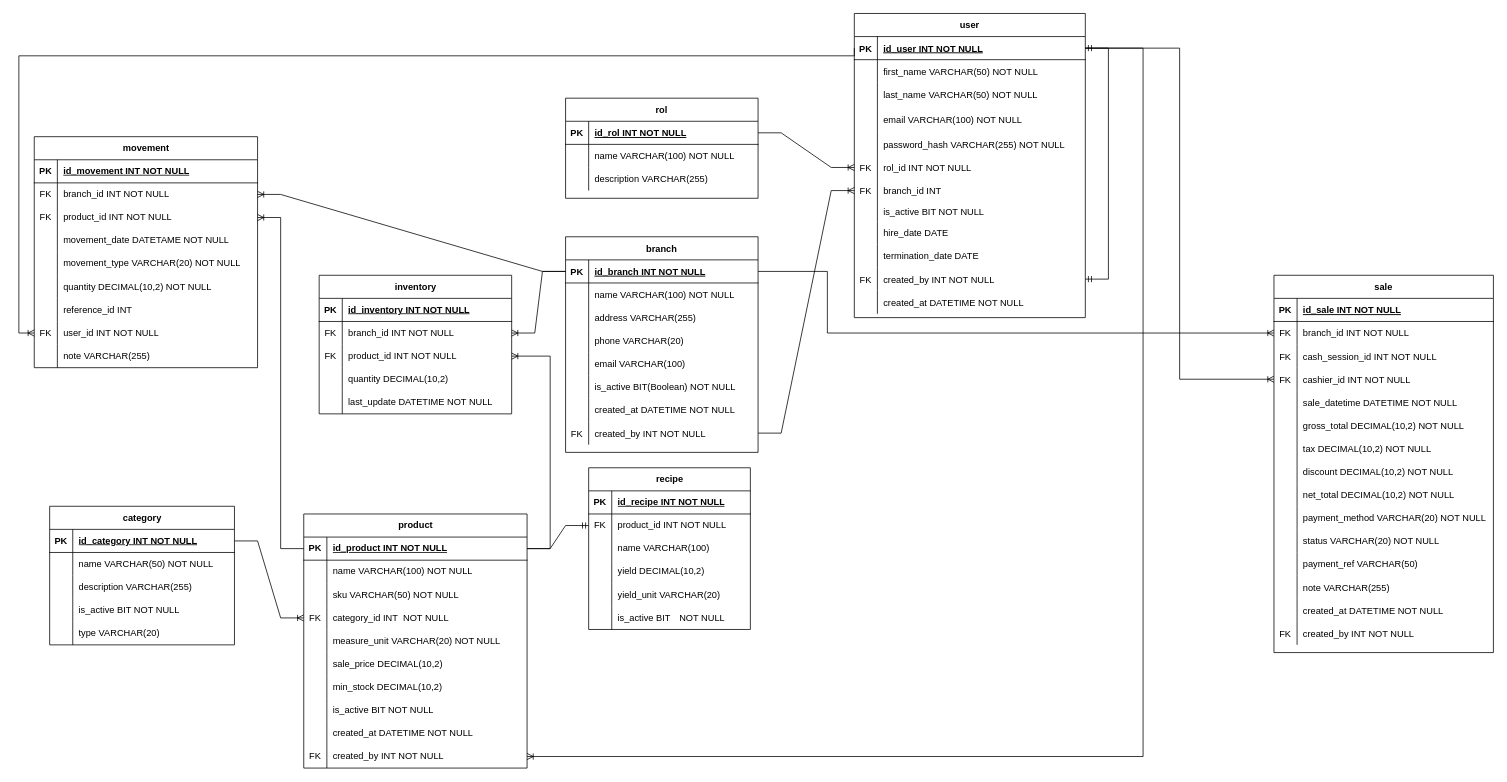
Above: Requerimientos/zeromerma_db.drawio in CastellanosBS/ZeroMerma (draw.io), before the change. Source tidied: cells renumbered, new cells numbered last; positions are measured from the earlier drawing's top-left corner, leaving out a move shared by most shapes. Both pictures are drawn from the tidied source at 77%, with x=0, y=0 at pixel (18, 13).
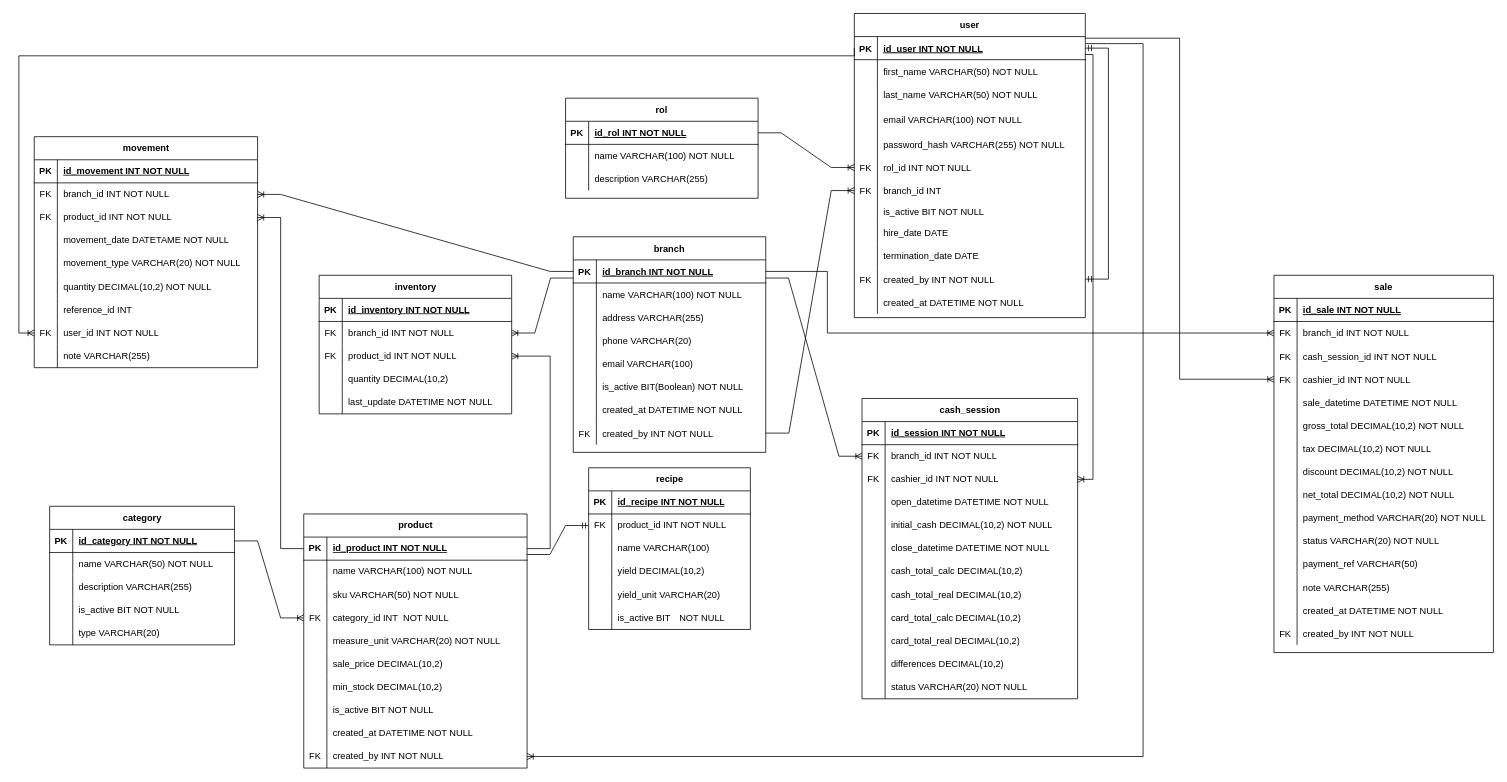
After the change.

Unchanged cells that the change refers to:
```xml
<mxCell id="3" style="shape=partialRectangle;fillColor=none;points=[[0,0.5],[1,0.5]];portConstraint=eastwest;top=0;left=0;right=0;bottom=1;" parent="2" vertex="1">
  <mxGeometry y="30" width="250" height="30" as="geometry" />
</mxCell>
<mxCell id="28" style="shape=partialRectangle;fillColor=none;points=[[0,0.5],[1,0.5]];portConstraint=eastwest;top=0;left=0;right=0;bottom=1;" parent="27" vertex="1">
  <mxGeometry y="30" width="300" height="30" as="geometry" />
</mxCell>
<mxCell id="76" style="shape=partialRectangle;fillColor=none;points=[[0,0.5],[1,0.5]];portConstraint=eastwest;top=0;left=0;right=0;bottom=0;" parent="66" vertex="1">
  <mxGeometry y="120" width="285" height="30" as="geometry" />
</mxCell>
<mxCell id="140" style="shape=tableRow;horizontal=0;startSize=0;swimlaneHead=0;swimlaneBody=0;fillColor=none;points=[[0,0.5],[1,0.5]];portConstraint=eastwest;top=0;left=0;right=0;bottom=1;" parent="139" vertex="1">
  <mxGeometry y="30" width="290" height="30" as="geometry" />
</mxCell>
<mxCell id="167" style="shape=tableRow;horizontal=0;startSize=0;swimlaneHead=0;swimlaneBody=0;fillColor=none;points=[[0,0.5],[1,0.5]];portConstraint=eastwest;top=0;left=0;right=0;bottom=0;" parent="139" vertex="1">
  <mxGeometry y="300" width="290" height="30" as="geometry" />
</mxCell>
<mxCell id="175" style="shape=tableRow;horizontal=0;startSize=0;swimlaneHead=0;swimlaneBody=0;fillColor=none;points=[[0,0.5],[1,0.5]];portConstraint=eastwest;top=0;left=0;right=0;bottom=0;" parent="171" vertex="1">
  <mxGeometry y="60" width="210" height="30" as="geometry" />
</mxCell>
<mxCell id="195" style="shape=tableRow;horizontal=0;startSize=0;swimlaneHead=0;swimlaneBody=0;fillColor=none;points=[[0,0.5],[1,0.5]];portConstraint=eastwest;top=0;left=0;right=0;bottom=0;" parent="191" vertex="1">
  <mxGeometry y="60" width="250" height="30" as="geometry" />
</mxCell>
```

Change to the diagram source:
```diff
@@
     <mxCell id="2" value="branch" style="shape=table;startSize=30;childLayout=tableLayout;rowLines=0;fontStyle=1;align=center;labelBackgroundColor=none;" parent="1" vertex="1">
-      <mxGeometry x="710" y="290" width="250" height="280" as="geometry" />
+      <mxGeometry x="720" y="290" width="250" height="280" as="geometry" />
     </mxCell>
@@
-    <mxCell id="190" style="edgeStyle=entityRelationEdgeStyle;fontSize=12;html=1;endArrow=ERmandOne;rounded=0;entryX=0;entryY=0.5;entryDx=0;entryDy=0;exitX=1;exitY=0.5;exitDx=0;exitDy=0;" parent="1" edge="1" source="140" target="175">
+    <mxCell id="190" style="edgeStyle=entityRelationEdgeStyle;fontSize=12;html=1;endArrow=ERmandOne;rounded=0;entryX=0;entryY=0.5;entryDx=0;entryDy=0;exitX=0.999;exitY=0.754;exitDx=0;exitDy=0;exitPerimeter=0;" parent="1" edge="1" source="140" target="175">
       <mxGeometry relative="1" as="geometry" />
     </mxCell>
@@
-    <mxCell id="207" style="edgeStyle=entityRelationEdgeStyle;fontSize=12;html=1;endArrow=ERoneToMany;rounded=0;entryX=1;entryY=0.5;entryDx=0;entryDy=0;exitX=0;exitY=0.5;exitDx=0;exitDy=0;" parent="1" edge="1" source="3" target="195">
+    <mxCell id="207" style="edgeStyle=entityRelationEdgeStyle;fontSize=12;html=1;endArrow=ERoneToMany;rounded=0;entryX=1;entryY=0.5;entryDx=0;entryDy=0;exitX=0.002;exitY=0.786;exitDx=0;exitDy=0;exitPerimeter=0;" parent="1" edge="1" source="3" target="195">
       <mxGeometry relative="1" as="geometry" />
     </mxCell>
@@
-    <mxCell id="239" style="edgeStyle=elbowEdgeStyle;fontSize=12;html=1;endArrow=ERoneToMany;rounded=0;exitX=1;exitY=0.5;exitDx=0;exitDy=0;" parent="1" edge="1" source="28" target="167">
+    <mxCell id="239" style="edgeStyle=elbowEdgeStyle;fontSize=12;html=1;endArrow=ERoneToMany;rounded=0;exitX=1.003;exitY=0.305;exitDx=0;exitDy=0;exitPerimeter=0;" parent="1" edge="1" source="28" target="167">
       <mxGeometry relative="1" as="geometry">
         <Array as="points">
           <mxPoint x="1460" y="730" />
         </Array>
       </mxGeometry>
     </mxCell>
@@
-    <mxCell id="242" style="edgeStyle=orthogonalEdgeStyle;fontSize=12;html=1;endArrow=ERoneToMany;rounded=0;entryX=0;entryY=0.5;entryDx=0;entryDy=0;exitX=1;exitY=0.5;exitDx=0;exitDy=0;" parent="1" edge="1" source="28" target="76">
+    <mxCell id="242" style="edgeStyle=orthogonalEdgeStyle;fontSize=12;html=1;endArrow=ERoneToMany;rounded=0;entryX=0;entryY=0.5;entryDx=0;entryDy=0;exitX=0.998;exitY=0.07;exitDx=0;exitDy=0;exitPerimeter=0;" parent="1" edge="1" source="28" target="76">
       <mxGeometry relative="1" as="geometry" />
     </mxCell>
+    <mxCell id="243" value="cash_session" style="shape=table;startSize=30;childLayout=tableLayout;rowLines=0;fontStyle=1;align=center;html=1;" parent="1" vertex="1">
+      <mxGeometry x="1095" y="500" width="280" height="390" as="geometry" />
+    </mxCell>
+    <mxCell id="244" style="shape=tableRow;horizontal=0;startSize=0;swimlaneHead=0;swimlaneBody=0;fillColor=none;top=0;left=0;right=0;bottom=1;" parent="243" vertex="1">
+      <mxGeometry y="30" width="280" height="30" as="geometry" />
+    </mxCell>
+    <mxCell id="245" value="PK" style="shape=partialRectangle;fillColor=none;top=0;left=0;bottom=0;right=0;fontStyle=1;overflow=hidden;whiteSpace=wrap;html=1;" parent="244" vertex="1">
+      <mxGeometry width="30" height="30" as="geometry" />
+    </mxCell>
+    <mxCell id="246" value="id_session INT NOT NULL" style="shape=partialRectangle;fillColor=none;top=0;left=0;bottom=0;right=0;align=left;spacingLeft=6;fontStyle=5;overflow=hidden;whiteSpace=wrap;html=1;" parent="244" vertex="1">
+      <mxGeometry x="30" width="250" height="30" as="geometry" />
+    </mxCell>
+    <mxCell id="247" style="shape=tableRow;horizontal=0;startSize=0;swimlaneHead=0;swimlaneBody=0;fillColor=none;points=[[0,0.5],[1,0.5]];portConstraint=eastwest;top=0;left=0;right=0;bottom=0;" parent="243" vertex="1">
+      <mxGeometry y="60" width="280" height="30" as="geometry" />
+    </mxCell>
+    <mxCell id="248" value="FK" style="shape=partialRectangle;fillColor=none;top=0;left=0;bottom=0;right=0;overflow=hidden;whiteSpace=wrap;html=1;" parent="247" vertex="1">
+      <mxGeometry width="30" height="30" as="geometry" />
+    </mxCell>
+    <mxCell id="249" value="branch_id INT NOT NULL" style="shape=partialRectangle;fillColor=none;top=0;left=0;bottom=0;right=0;align=left;spacingLeft=6;overflow=hidden;whiteSpace=wrap;html=1;" parent="247" vertex="1">
+      <mxGeometry x="30" width="250" height="30" as="geometry" />
+    </mxCell>
+    <mxCell id="250" style="shape=tableRow;horizontal=0;startSize=0;swimlaneHead=0;swimlaneBody=0;fillColor=none;points=[[0,0.5],[1,0.5]];portConstraint=eastwest;top=0;left=0;right=0;bottom=0;" parent="243" vertex="1">
+      <mxGeometry y="90" width="280" height="30" as="geometry" />
+    </mxCell>
+    <mxCell id="251" value="FK" style="shape=partialRectangle;fillColor=none;top=0;left=0;bottom=0;right=0;overflow=hidden;whiteSpace=wrap;html=1;" parent="250" vertex="1">
+      <mxGeometry width="30" height="30" as="geometry" />
+    </mxCell>
+    <mxCell id="252" value="cashier_id INT NOT NULL" style="shape=partialRectangle;fillColor=none;top=0;left=0;bottom=0;right=0;align=left;spacingLeft=6;overflow=hidden;whiteSpace=wrap;html=1;" parent="250" vertex="1">
+      <mxGeometry x="30" width="250" height="30" as="geometry" />
+    </mxCell>
+    <mxCell id="253" style="shape=tableRow;horizontal=0;startSize=0;swimlaneHead=0;swimlaneBody=0;fillColor=none;top=0;left=0;right=0;bottom=0;" parent="243" vertex="1">
+      <mxGeometry y="120" width="280" height="30" as="geometry" />
+    </mxCell>
+    <mxCell id="254" style="shape=partialRectangle;fillColor=none;top=0;left=0;bottom=0;right=0;overflow=hidden;whiteSpace=wrap;html=1;" parent="253" vertex="1">
+      <mxGeometry width="30" height="30" as="geometry" />
+    </mxCell>
+    <mxCell id="255" value="open_datetime DATETIME NOT NULL" style="shape=partialRectangle;fillColor=none;top=0;left=0;bottom=0;right=0;align=left;spacingLeft=6;overflow=hidden;whiteSpace=wrap;html=1;" parent="253" vertex="1">
+      <mxGeometry x="30" width="250" height="30" as="geometry" />
+    </mxCell>
+    <mxCell id="256" style="shape=tableRow;horizontal=0;startSize=0;swimlaneHead=0;swimlaneBody=0;fillColor=none;top=0;left=0;right=0;bottom=0;" parent="243" vertex="1">
+      <mxGeometry y="150" width="280" height="30" as="geometry" />
+    </mxCell>
+    <mxCell id="257" style="shape=partialRectangle;fillColor=none;top=0;left=0;bottom=0;right=0;overflow=hidden;whiteSpace=wrap;html=1;" parent="256" vertex="1">
+      <mxGeometry width="30" height="30" as="geometry" />
+    </mxCell>
+    <mxCell id="258" value="initial_cash DECIMAL(10,2) NOT NULL" style="shape=partialRectangle;fillColor=none;top=0;left=0;bottom=0;right=0;align=left;spacingLeft=6;overflow=hidden;whiteSpace=wrap;html=1;" parent="256" vertex="1">
+      <mxGeometry x="30" width="250" height="30" as="geometry" />
+    </mxCell>
+    <mxCell id="259" style="shape=tableRow;horizontal=0;startSize=0;swimlaneHead=0;swimlaneBody=0;fillColor=none;top=0;left=0;right=0;bottom=0;" parent="243" vertex="1">
+      <mxGeometry y="180" width="280" height="30" as="geometry" />
+    </mxCell>
+    <mxCell id="260" style="shape=partialRectangle;fillColor=none;top=0;left=0;bottom=0;right=0;overflow=hidden;whiteSpace=wrap;html=1;" parent="259" vertex="1">
+      <mxGeometry width="30" height="30" as="geometry" />
+    </mxCell>
+    <mxCell id="261" value="close_datetime DATETIME NOT NULL" style="shape=partialRectangle;fillColor=none;top=0;left=0;bottom=0;right=0;align=left;spacingLeft=6;overflow=hidden;whiteSpace=wrap;html=1;" parent="259" vertex="1">
+      <mxGeometry x="30" width="250" height="30" as="geometry" />
+    </mxCell>
+    <mxCell id="262" style="shape=tableRow;horizontal=0;startSize=0;swimlaneHead=0;swimlaneBody=0;fillColor=none;top=0;left=0;right=0;bottom=0;" parent="243" vertex="1">
+      <mxGeometry y="210" width="280" height="30" as="geometry" />
+    </mxCell>
+    <mxCell id="263" style="shape=partialRectangle;fillColor=none;top=0;left=0;bottom=0;right=0;overflow=hidden;whiteSpace=wrap;html=1;" parent="262" vertex="1">
+      <mxGeometry width="30" height="30" as="geometry" />
+    </mxCell>
+    <mxCell id="264" value="cash_total_calc DECIMAL(10,2)" style="shape=partialRectangle;fillColor=none;top=0;left=0;bottom=0;right=0;align=left;spacingLeft=6;overflow=hidden;whiteSpace=wrap;html=1;" parent="262" vertex="1">
+      <mxGeometry x="30" width="250" height="30" as="geometry" />
+    </mxCell>
+    <mxCell id="265" style="shape=tableRow;horizontal=0;startSize=0;swimlaneHead=0;swimlaneBody=0;fillColor=none;top=0;left=0;right=0;bottom=0;" parent="243" vertex="1">
+      <mxGeometry y="240" width="280" height="30" as="geometry" />
+    </mxCell>
+    <mxCell id="266" style="shape=partialRectangle;fillColor=none;top=0;left=0;bottom=0;right=0;overflow=hidden;whiteSpace=wrap;html=1;" parent="265" vertex="1">
+      <mxGeometry width="30" height="30" as="geometry" />
+    </mxCell>
+    <mxCell id="267" value="cash_total_real DECIMAL(10,2)" style="shape=partialRectangle;fillColor=none;top=0;left=0;bottom=0;right=0;align=left;spacingLeft=6;overflow=hidden;whiteSpace=wrap;html=1;" parent="265" vertex="1">
+      <mxGeometry x="30" width="250" height="30" as="geometry" />
+    </mxCell>
+    <mxCell id="268" style="shape=tableRow;horizontal=0;startSize=0;swimlaneHead=0;swimlaneBody=0;fillColor=none;top=0;left=0;right=0;bottom=0;" parent="243" vertex="1">
+      <mxGeometry y="270" width="280" height="30" as="geometry" />
+    </mxCell>
+    <mxCell id="269" style="shape=partialRectangle;fillColor=none;top=0;left=0;bottom=0;right=0;overflow=hidden;whiteSpace=wrap;html=1;" parent="268" vertex="1">
+      <mxGeometry width="30" height="30" as="geometry" />
+    </mxCell>
+    <mxCell id="270" value="card_total_calc DECIMAL(10,2)" style="shape=partialRectangle;fillColor=none;top=0;left=0;bottom=0;right=0;align=left;spacingLeft=6;overflow=hidden;whiteSpace=wrap;html=1;" parent="268" vertex="1">
+      <mxGeometry x="30" width="250" height="30" as="geometry" />
+    </mxCell>
+    <mxCell id="271" style="shape=tableRow;horizontal=0;startSize=0;swimlaneHead=0;swimlaneBody=0;fillColor=none;top=0;left=0;right=0;bottom=0;" parent="243" vertex="1">
+      <mxGeometry y="300" width="280" height="30" as="geometry" />
+    </mxCell>
+    <mxCell id="272" style="shape=partialRectangle;fillColor=none;top=0;left=0;bottom=0;right=0;overflow=hidden;whiteSpace=wrap;html=1;" parent="271" vertex="1">
+      <mxGeometry width="30" height="30" as="geometry" />
+    </mxCell>
+    <mxCell id="273" value="card_total_real DECIMAL(10,2)" style="shape=partialRectangle;fillColor=none;top=0;left=0;bottom=0;right=0;align=left;spacingLeft=6;overflow=hidden;whiteSpace=wrap;html=1;" parent="271" vertex="1">
+      <mxGeometry x="30" width="250" height="30" as="geometry" />
+    </mxCell>
+    <mxCell id="274" style="shape=tableRow;horizontal=0;startSize=0;swimlaneHead=0;swimlaneBody=0;fillColor=none;top=0;left=0;right=0;bottom=0;" parent="243" vertex="1">
+      <mxGeometry y="330" width="280" height="30" as="geometry" />
+    </mxCell>
+    <mxCell id="275" style="shape=partialRectangle;fillColor=none;top=0;left=0;bottom=0;right=0;overflow=hidden;whiteSpace=wrap;html=1;" parent="274" vertex="1">
+      <mxGeometry width="30" height="30" as="geometry" />
+    </mxCell>
+    <mxCell id="276" value="differences DECIMAL(10,2)" style="shape=partialRectangle;fillColor=none;top=0;left=0;bottom=0;right=0;align=left;spacingLeft=6;overflow=hidden;whiteSpace=wrap;html=1;" parent="274" vertex="1">
+      <mxGeometry x="30" width="250" height="30" as="geometry" />
+    </mxCell>
+    <mxCell id="277" style="shape=tableRow;horizontal=0;startSize=0;swimlaneHead=0;swimlaneBody=0;fillColor=none;top=0;left=0;right=0;bottom=0;" parent="243" vertex="1">
+      <mxGeometry y="360" width="280" height="30" as="geometry" />
+    </mxCell>
+    <mxCell id="278" style="shape=partialRectangle;fillColor=none;top=0;left=0;bottom=0;right=0;overflow=hidden;whiteSpace=wrap;html=1;" parent="277" vertex="1">
+      <mxGeometry width="30" height="30" as="geometry" />
+    </mxCell>
+    <mxCell id="279" value="status VARCHAR(20) NOT NULL" style="shape=partialRectangle;fillColor=none;top=0;left=0;bottom=0;right=0;align=left;spacingLeft=6;overflow=hidden;whiteSpace=wrap;html=1;" parent="277" vertex="1">
+      <mxGeometry x="30" width="250" height="30" as="geometry" />
+    </mxCell>
+    <mxCell id="280" style="edgeStyle=entityRelationEdgeStyle;fontSize=12;html=1;endArrow=ERoneToMany;rounded=0;entryX=0;entryY=0.5;entryDx=0;entryDy=0;exitX=0.998;exitY=0.786;exitDx=0;exitDy=0;exitPerimeter=0;" parent="1" edge="1" source="3" target="247">
+      <mxGeometry relative="1" as="geometry" />
+    </mxCell>
+    <mxCell id="281" style="edgeStyle=orthogonalEdgeStyle;fontSize=12;html=1;endArrow=ERoneToMany;rounded=0;exitX=0.998;exitY=0.775;exitDx=0;exitDy=0;exitPerimeter=0;" parent="1" edge="1" source="28" target="250">
+      <mxGeometry relative="1" as="geometry" />
+    </mxCell>
```
